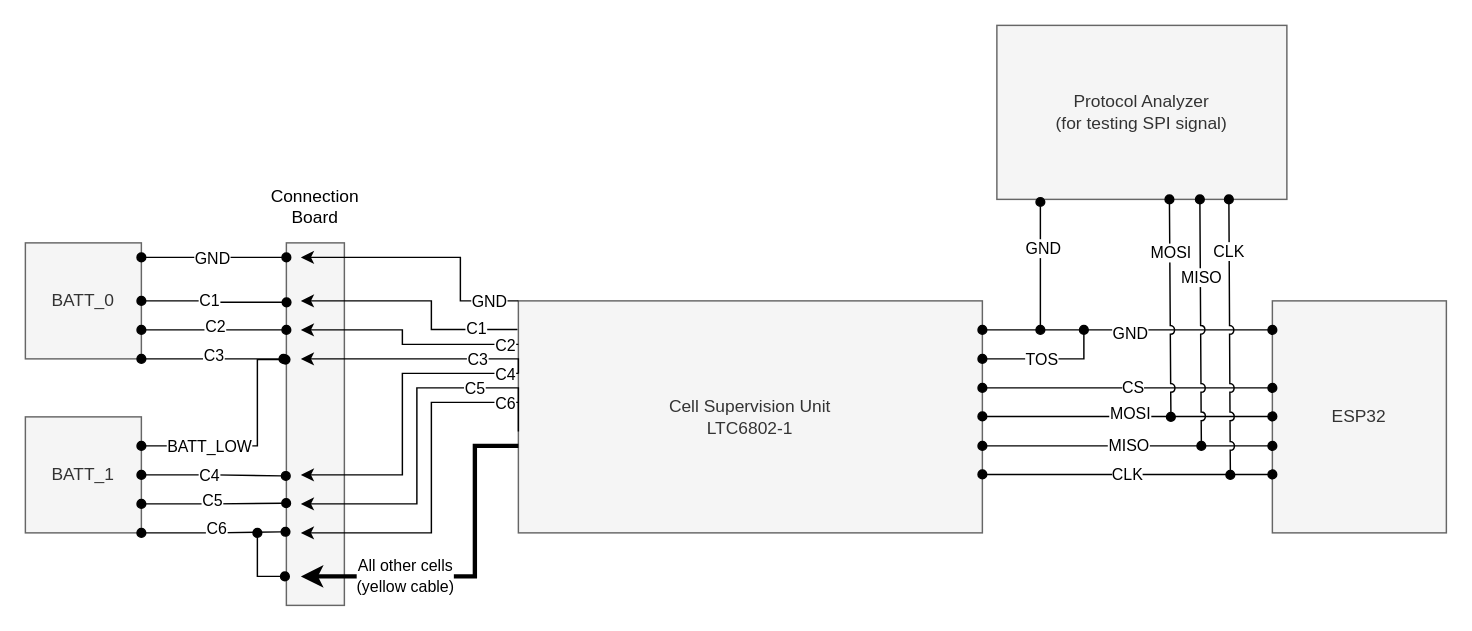
Earlier version of the draw.io diagram Documents/Cell Supervisor Wiring.drawio (WatcherOfStars/SolarPV_Charge_Controller). Source tidied: cells renumbered, new cells numbered last; positions are measured from the earlier drawing's top-left corner, leaving out a move shared by most shapes. Both pictures are drawn from the tidied source at 145%, with x=0, y=0 at pixel (25, 25).
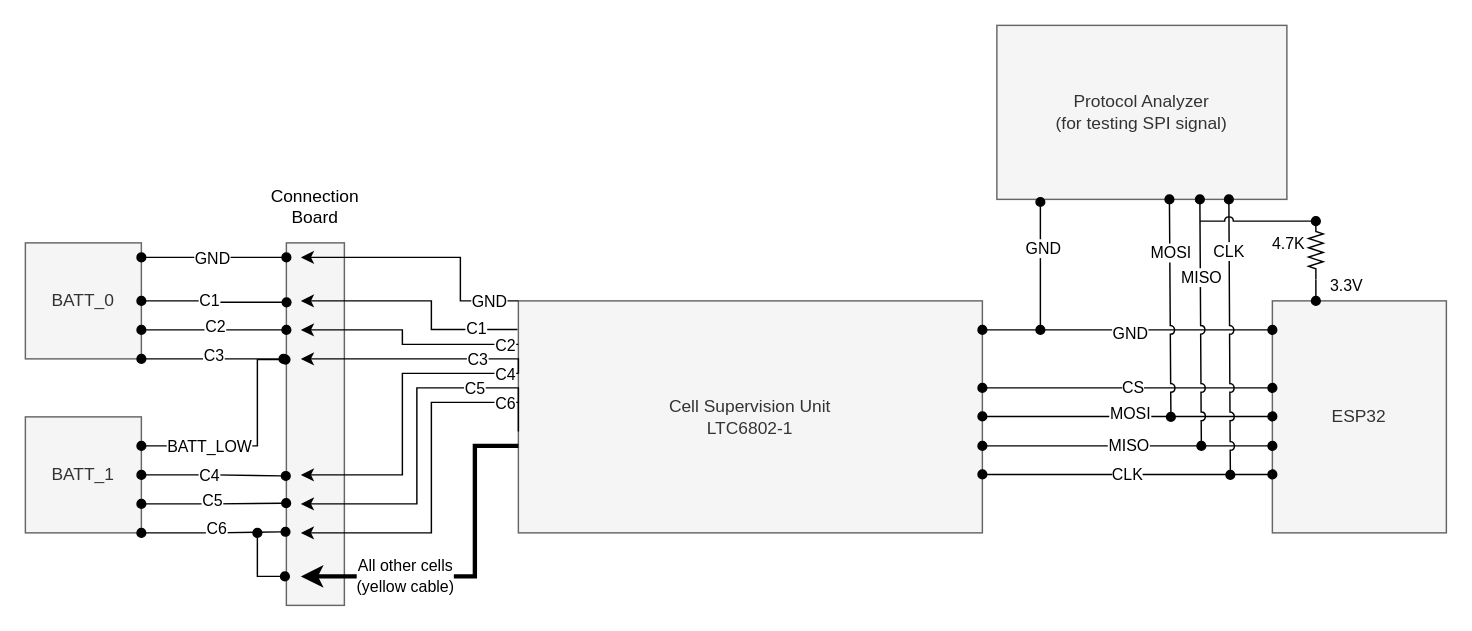
Above is the later version.

Unchanged cells that the change refers to:
```xml
<mxCell id="60" style="edgeStyle=orthogonalEdgeStyle;orthogonalLoop=1;jettySize=auto;html=1;rounded=0;startArrow=oval;startFill=1;endArrow=oval;endFill=1;jumpStyle=arc;exitX=0.15;exitY=1.015;exitDx=0;exitDy=0;exitPerimeter=0;" parent="1" edge="1">
  <mxGeometry relative="1" as="geometry">
    <mxPoint x="830" y="120" as="sourcePoint" />
    <mxPoint x="831" y="310" as="targetPoint" />
  </mxGeometry>
</mxCell>
```

What changed in the source:
```diff
@@
+    <mxCell id="40" value="ESP32" style="rounded=0;whiteSpace=wrap;html=1;fillColor=#f5f5f5;fontColor=#333333;strokeColor=#666666;" parent="1" vertex="1">
+      <mxGeometry x="860" y="190" width="120" height="160" as="geometry" />
+    </mxCell>
+    <mxCell id="62" style="edgeStyle=none;jettySize=auto;html=1;rounded=0;endArrow=oval;endFill=1;exitX=1;exitY=0.5;exitDx=0;exitDy=0;exitPerimeter=0;" parent="1" edge="1" source="63">
+      <mxGeometry relative="1" as="geometry">
+        <mxPoint x="890" y="190" as="targetPoint" />
+      </mxGeometry>
+    </mxCell>
+    <mxCell id="63" style="verticalLabelPosition=bottom;shadow=0;dashed=0;align=center;html=1;verticalAlign=top;shape=mxgraph.electrical.resistors.resistor_2;rotation=90;" parent="1" vertex="1">
+      <mxGeometry x="870" y="150" width="40" height="10" as="geometry" />
+    </mxCell>
@@
-    <mxCell id="40" value="ESP32" style="rounded=0;whiteSpace=wrap;html=1;fillColor=#f5f5f5;fontColor=#333333;strokeColor=#666666;" parent="1" vertex="1">
-      <mxGeometry x="860" y="190" width="120" height="160" as="geometry" />
-    </mxCell>
@@
-    <mxCell id="44" style="edgeStyle=orthogonalEdgeStyle;orthogonalLoop=1;jettySize=auto;html=1;rounded=0;endArrow=oval;endFill=1;startArrow=oval;startFill=1;" parent="1" edge="1">
-      <mxGeometry relative="1" as="geometry">
-        <mxPoint x="660" y="230" as="sourcePoint" />
-        <mxPoint x="730" y="210" as="targetPoint" />
-        <Array as="points">
-          <mxPoint x="730" y="230" />
-        </Array>
-      </mxGeometry>
-    </mxCell>
-    <mxCell id="45" value="TOS" style="edgeLabel;html=1;align=center;verticalAlign=middle;" parent="44" vertex="1">
-      <mxGeometry x="-0.49" y="1" relative="1" as="geometry">
-        <mxPoint x="17" y="1" as="offset" />
-      </mxGeometry>
-    </mxCell>
@@
+    <mxCell id="64" value="&lt;span&gt;4.7K&lt;/span&gt;" style="edgeLabel;html=1;align=center;verticalAlign=middle;" parent="60" vertex="1">
+      <mxGeometry x="-0.63" y="-1" relative="1" as="geometry">
+        <mxPoint x="41" y="-5" as="offset" />
+      </mxGeometry>
+    </mxCell>
+    <mxCell id="65" value="&lt;span&gt;3.3V&lt;/span&gt;" style="edgeLabel;html=1;align=center;verticalAlign=middle;labelBackgroundColor=default;" parent="60" vertex="1">
+      <mxGeometry x="-0.63" y="-1" relative="1" as="geometry">
+        <mxPoint x="81" y="24" as="offset" />
+      </mxGeometry>
+    </mxCell>
+    <mxCell id="66" style="edgeStyle=none;jettySize=auto;html=1;rounded=0;entryX=0;entryY=0.5;entryDx=0;entryDy=0;entryPerimeter=0;endArrow=oval;startFill=0;endFill=1;jumpStyle=arc;" parent="1" edge="1" target="63">
+      <mxGeometry relative="1" as="geometry">
+        <mxPoint x="810" y="135" as="sourcePoint" />
+      </mxGeometry>
+    </mxCell>
```
